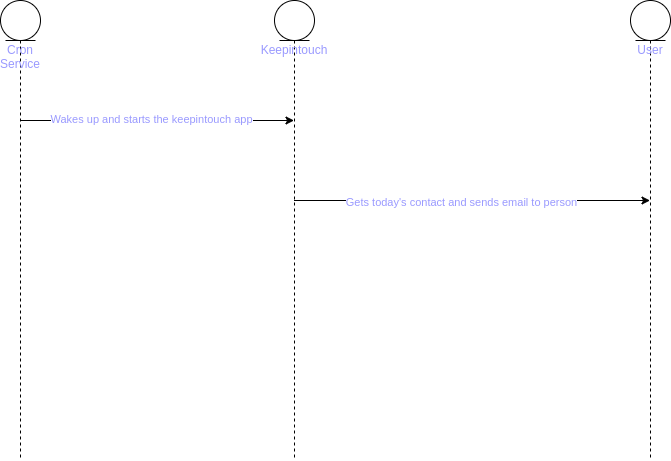
This is arch.png from olamiko/keepintouch, a draw.io export, as it was before one commit. Source tidied: cells renumbered, new cells last; positions are measured from the earlier drawing's top-left corner, leaving out a move shared by most shapes.
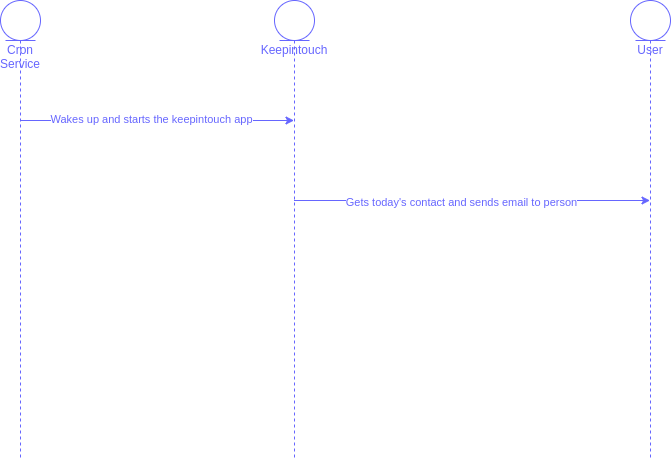
After the change.

Commit message:
updated line color

Change to the diagram source:
```diff
@@ -2,7 +2,7 @@
   <root>
     <mxCell id="0" />
     <mxCell id="1" parent="0" />
-    <mxCell id="2" style="edgeStyle=orthogonalEdgeStyle;rounded=0;jettySize=auto;html=1;fontColor=#9999FF;" parent="1" edge="1" source="4" target="7">
+    <mxCell id="2" style="edgeStyle=orthogonalEdgeStyle;rounded=0;jettySize=auto;html=1;fontColor=#6666FF;strokeColor=#6666FF;" parent="1" edge="1" source="4" target="7">
       <mxGeometry relative="1" as="geometry">
         <Array as="points">
           <mxPoint x="80" y="120" />
@@ -10,15 +10,15 @@
         </Array>
       </mxGeometry>
     </mxCell>
-    <mxCell id="3" value="Wakes up and starts the keepintouch app" style="edgeLabel;align=center;verticalAlign=middle;html=1;fontColor=#9999FF;" parent="2" vertex="1">
+    <mxCell id="3" value="Wakes up and starts the keepintouch app" style="edgeLabel;align=center;verticalAlign=middle;html=1;fontColor=#6666FF;" parent="2" vertex="1">
       <mxGeometry x="-0.19" y="2" relative="1" as="geometry">
         <mxPoint x="20" as="offset" />
       </mxGeometry>
     </mxCell>
-    <mxCell id="4" value="Cron Service" style="shape=umlLifeline;participant=umlEntity;perimeter=lifelinePerimeter;whiteSpace=wrap;html=1;verticalAlign=top;spacingTop=36;outlineConnect=0;fontColor=#9999FF;" parent="1" vertex="1">
+    <mxCell id="4" value="Cron Service" style="shape=umlLifeline;participant=umlEntity;perimeter=lifelinePerimeter;whiteSpace=wrap;html=1;verticalAlign=top;spacingTop=36;outlineConnect=0;fontColor=#6666FF;strokeColor=#6666FF;" parent="1" vertex="1">
       <mxGeometry width="40" height="460" as="geometry" />
     </mxCell>
-    <mxCell id="5" style="edgeStyle=orthogonalEdgeStyle;rounded=0;jettySize=auto;html=1;fontColor=#9999FF;" parent="1" edge="1" source="7" target="8">
+    <mxCell id="5" style="edgeStyle=orthogonalEdgeStyle;rounded=0;jettySize=auto;html=1;fontColor=#6666FF;strokeColor=#6666FF;" parent="1" edge="1" source="7" target="8">
       <mxGeometry relative="1" as="geometry">
         <Array as="points">
           <mxPoint x="390" y="200" />
@@ -26,15 +26,15 @@
         </Array>
       </mxGeometry>
     </mxCell>
-    <mxCell id="6" value="Gets today's contact and sends email to person" style="edgeLabel;html=1;align=center;verticalAlign=middle;fontColor=#9999FF;" parent="5" vertex="1">
+    <mxCell id="6" value="Gets today's contact and sends email to person" style="edgeLabel;html=1;align=center;verticalAlign=middle;fontColor=#6666FF;" parent="5" vertex="1">
       <mxGeometry x="-0.28" y="-1" relative="1" as="geometry">
         <mxPoint x="38" as="offset" />
       </mxGeometry>
     </mxCell>
-    <mxCell id="7" value="Keepintouch" style="shape=umlLifeline;participant=umlEntity;perimeter=lifelinePerimeter;whiteSpace=wrap;html=1;verticalAlign=top;spacingTop=36;outlineConnect=0;fontColor=#9999FF;" parent="1" vertex="1">
+    <mxCell id="7" value="Keepintouch" style="shape=umlLifeline;participant=umlEntity;perimeter=lifelinePerimeter;whiteSpace=wrap;html=1;verticalAlign=top;spacingTop=36;outlineConnect=0;fontColor=#6666FF;strokeColor=#6666FF;" parent="1" vertex="1">
       <mxGeometry x="274" width="40" height="460" as="geometry" />
     </mxCell>
-    <mxCell id="8" value="User" style="shape=umlLifeline;participant=umlEntity;perimeter=lifelinePerimeter;whiteSpace=wrap;html=1;verticalAlign=top;spacingTop=36;outlineConnect=0;fontColor=#9999FF;" parent="1" vertex="1">
+    <mxCell id="8" value="User" style="shape=umlLifeline;participant=umlEntity;perimeter=lifelinePerimeter;whiteSpace=wrap;html=1;verticalAlign=top;spacingTop=36;outlineConnect=0;fontColor=#6666FF;strokeColor=#6666FF;" parent="1" vertex="1">
       <mxGeometry x="630" width="40" height="460" as="geometry" />
     </mxCell>
   </root>
```
